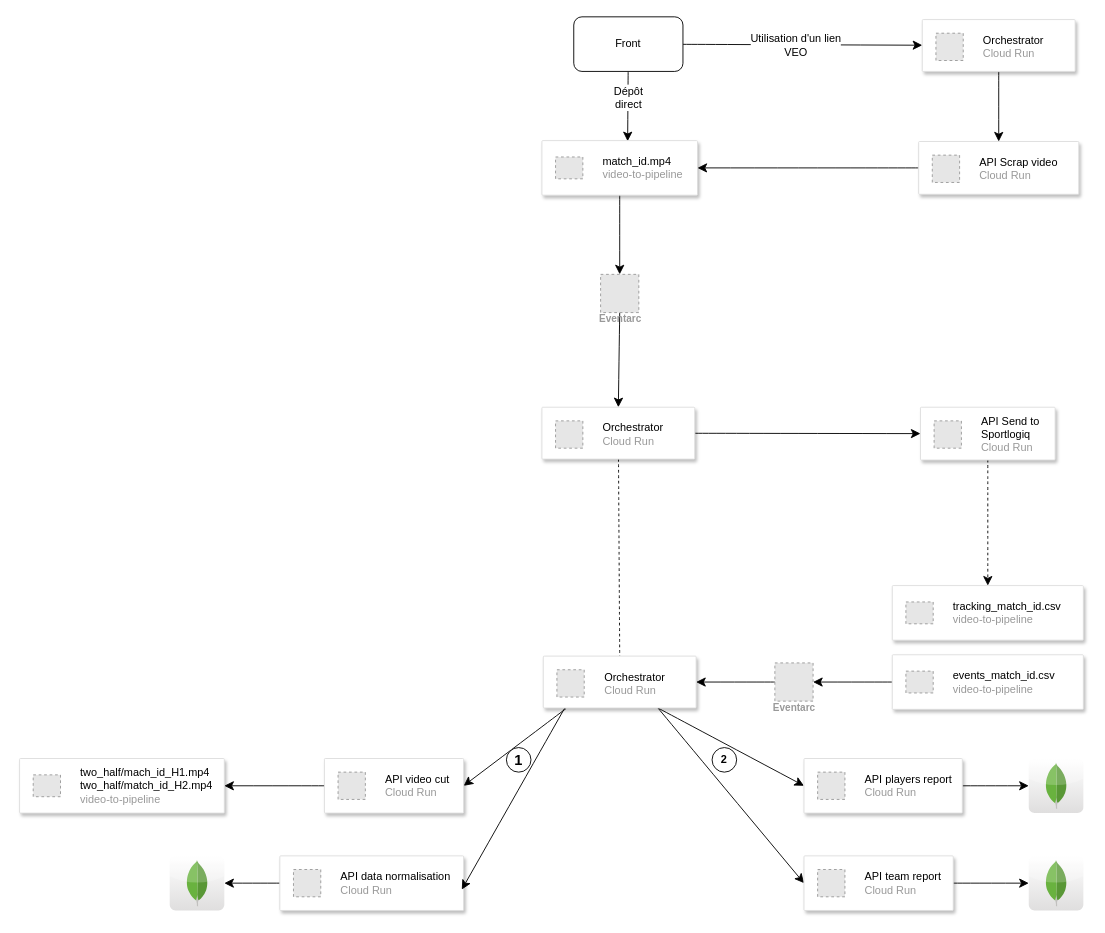
The draw.io diagram page "Sportlogiq Tracking + Event" (3 of 3) of Untitled Diagram.drawio in clairesecehDS/logo, before the edit. Source tidied: cells renumbered, new cells numbered last; positions are measured from the earlier drawing's top-left corner, leaving out a move shared by most shapes. Both pictures are drawn from the tidied source at 91%, with x=0, y=0 at pixel (19, 16). Pictures stored in the file or linked from it are replaced by grey dashed boxes.
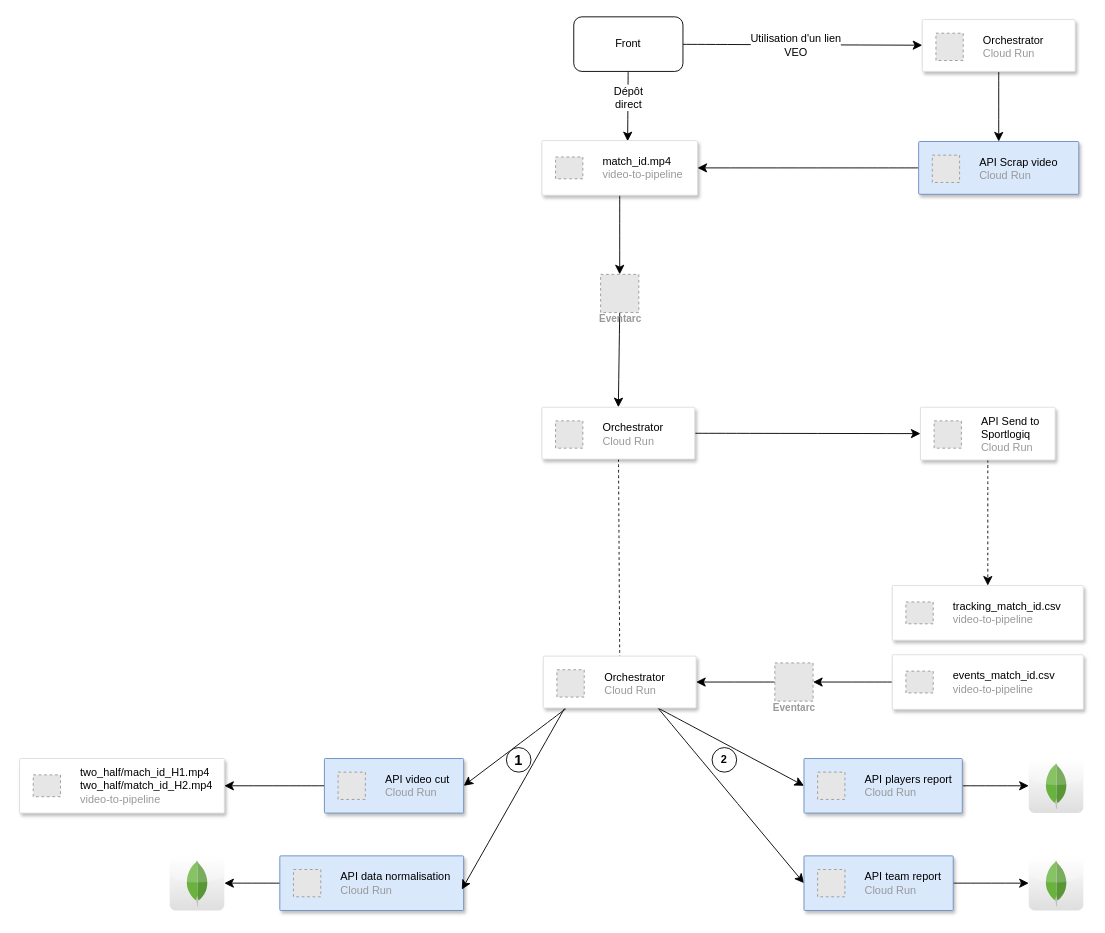
The same page after the edit.

The edit, as a diff of the source:
```diff
@@
-    <mxCell id="26" style="strokeColor=#dddddd;shadow=1;strokeWidth=1;rounded=1;absoluteArcSize=1;arcSize=2;" parent="1" vertex="1">
+    <mxCell id="26" style="strokeColor=#6c8ebf;shadow=1;strokeWidth=1;rounded=1;absoluteArcSize=1;arcSize=2;fillColor=#dae8fc;" parent="1" vertex="1">
       <mxGeometry x="286" y="922" width="202" height="60" as="geometry" />
     </mxCell>
@@
-    <mxCell id="29" style="strokeColor=#dddddd;shadow=1;strokeWidth=1;rounded=1;absoluteArcSize=1;arcSize=2;" parent="1" vertex="1">
+    <mxCell id="29" style="strokeColor=#6c8ebf;shadow=1;strokeWidth=1;rounded=1;absoluteArcSize=1;arcSize=2;fillColor=#dae8fc;" parent="1" vertex="1">
       <mxGeometry x="335" y="815" width="153" height="60" as="geometry" />
     </mxCell>
@@
-    <mxCell id="32" style="strokeColor=#dddddd;shadow=1;strokeWidth=1;rounded=1;absoluteArcSize=1;arcSize=2;" parent="1" vertex="1">
+    <mxCell id="32" style="strokeColor=#6c8ebf;shadow=1;strokeWidth=1;rounded=1;absoluteArcSize=1;arcSize=2;fillColor=#dae8fc;" parent="1" vertex="1">
       <mxGeometry x="862" y="922" width="164" height="60" as="geometry" />
     </mxCell>
@@
-    <mxCell id="35" style="strokeColor=#dddddd;shadow=1;strokeWidth=1;rounded=1;absoluteArcSize=1;arcSize=2;" parent="1" vertex="1">
+    <mxCell id="35" style="strokeColor=#6c8ebf;shadow=1;strokeWidth=1;rounded=1;absoluteArcSize=1;arcSize=2;fillColor=#dae8fc;" parent="1" vertex="1">
       <mxGeometry x="862" y="815" width="174" height="60" as="geometry" />
     </mxCell>
@@
-    <mxCell id="55" style="strokeColor=#dddddd;shadow=1;strokeWidth=1;rounded=1;absoluteArcSize=1;arcSize=2;" parent="1" vertex="1">
+    <mxCell id="55" style="strokeColor=#6c8ebf;shadow=1;strokeWidth=1;rounded=1;absoluteArcSize=1;arcSize=2;fillColor=#dae8fc;" parent="1" vertex="1">
       <mxGeometry x="988" y="137" width="176" height="58" as="geometry" />
     </mxCell>
```
